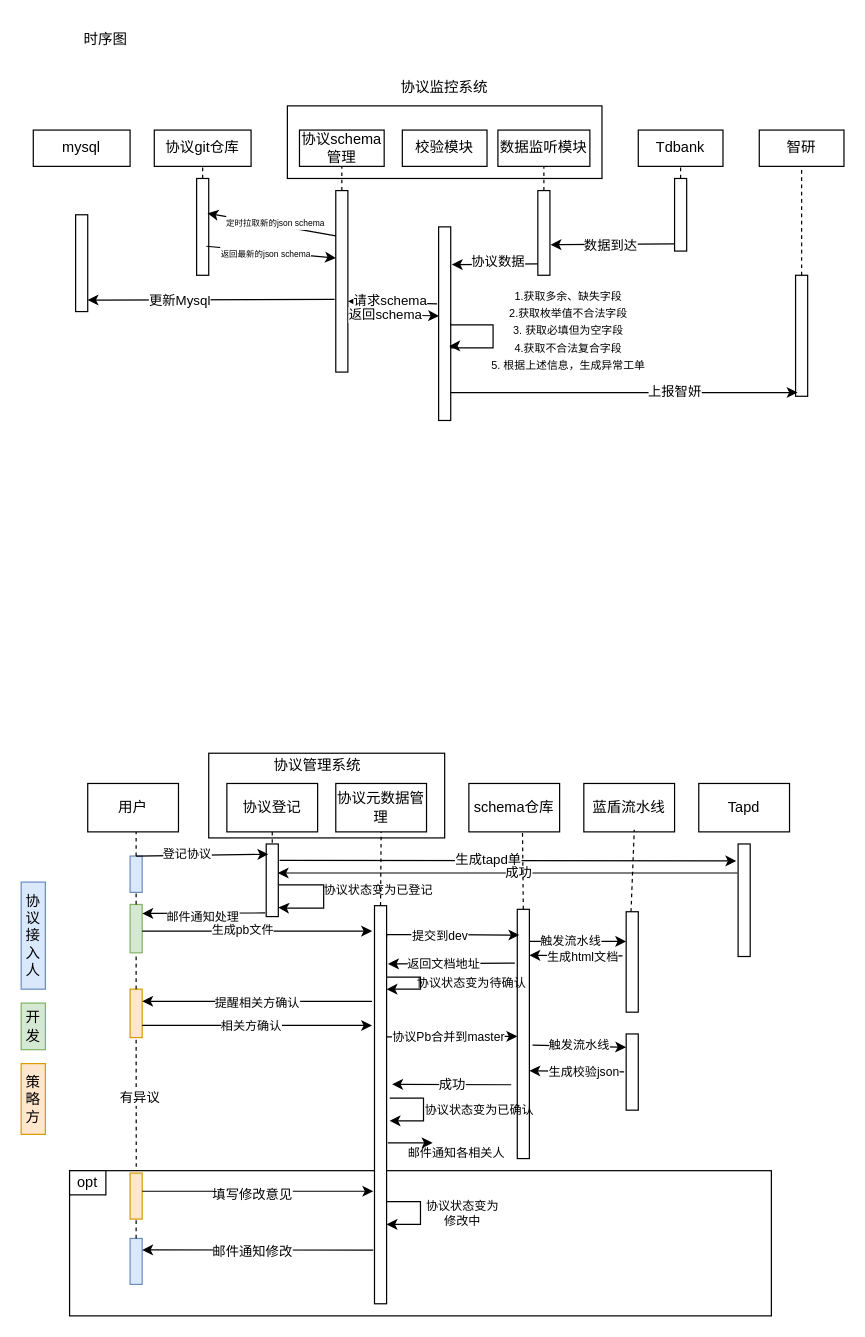
The draw.io diagram 协议治理-设计.drawio in ksd11/charts, before the edit. Source tidied: cells renumbered, new cells numbered last; positions are measured from the earlier drawing's top-left corner, leaving out a move shared by most shapes. Both pictures are drawn from the tidied source at 121%, with x=0, y=0 at pixel (21, 21).
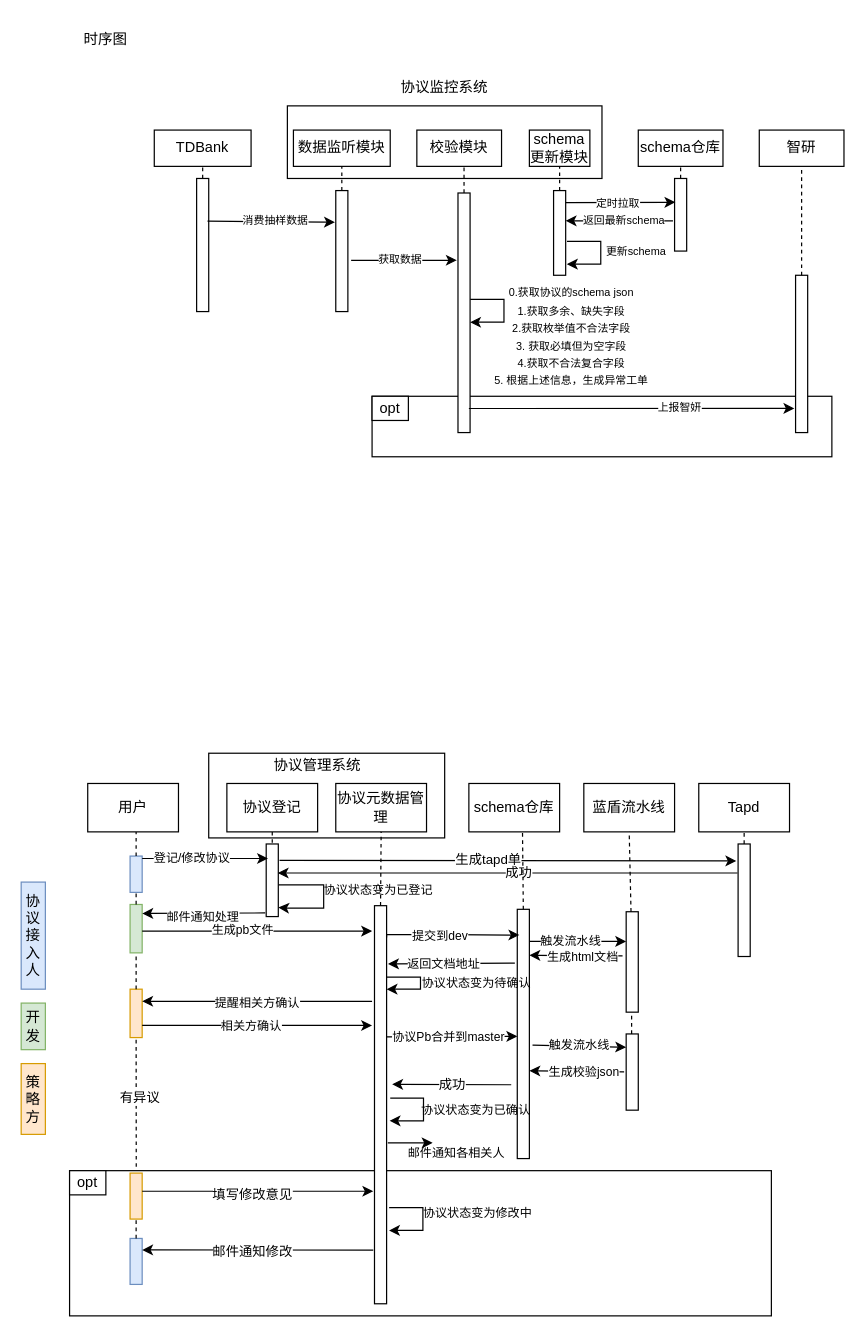
Above is the later version.

Commit message (it also covers changes not shown here):
更新协议治理-设计.drawio

Unchanged cells that the change refers to:
```xml
<mxCell id="19" style="rounded=0;whiteSpace=wrap;html=1;" parent="1" vertex="1">
  <mxGeometry x="540" y="130" width="10" height="60" as="geometry" />
</mxCell>
<mxCell id="47" style="rounded=0;whiteSpace=wrap;html=1;fillColor=#dae8fc;strokeColor=#6c8ebf;" parent="1" vertex="1">
  <mxGeometry x="90" y="690" width="10" height="30" as="geometry" />
</mxCell>
<mxCell id="49" style="rounded=0;whiteSpace=wrap;html=1;" parent="1" vertex="1">
  <mxGeometry x="202.5" y="680" width="10" height="60" as="geometry" />
</mxCell>
<mxCell id="65" value="蓝盾流水线" style="rounded=0;whiteSpace=wrap;html=1;" parent="1" vertex="1">
  <mxGeometry x="465" y="630" width="75" height="40" as="geometry" />
</mxCell>
<mxCell id="72" value="Tapd" style="rounded=0;whiteSpace=wrap;html=1;" parent="1" vertex="1">
  <mxGeometry x="560" y="630" width="75" height="40" as="geometry" />
</mxCell>
<mxCell id="75" style="rounded=0;whiteSpace=wrap;html=1;" parent="1" vertex="1">
  <mxGeometry x="592.5" y="680" width="10" height="93" as="geometry" />
</mxCell>
```

Change to the diagram source:
```diff
@@
+    <mxCell id="119" style="rounded=0;whiteSpace=wrap;html=1;" parent="1" vertex="1">
+      <mxGeometry x="290" y="310" width="380" height="50" as="geometry" />
+    </mxCell>
@@
-    <mxCell id="7" value="协议schema管理" style="rounded=0;whiteSpace=wrap;html=1;" parent="1" vertex="1">
-      <mxGeometry x="230" y="90" width="70" height="30" as="geometry" />
+    <mxCell id="7" value="数据监听模块" style="rounded=0;whiteSpace=wrap;html=1;" parent="1" vertex="1">
+      <mxGeometry x="225" y="90" width="80" height="30" as="geometry" />
     </mxCell>
-    <mxCell id="8" value="协议git仓库" style="rounded=0;whiteSpace=wrap;html=1;" parent="1" vertex="1">
+    <mxCell id="8" value="TDBank" style="rounded=0;whiteSpace=wrap;html=1;" parent="1" vertex="1">
       <mxGeometry x="110" y="90" width="80" height="30" as="geometry" />
     </mxCell>
     <mxCell id="9" value="校验模块" style="rounded=0;whiteSpace=wrap;html=1;" parent="1" vertex="1">
-      <mxGeometry x="315" y="90" width="70" height="30" as="geometry" />
+      <mxGeometry x="327" y="90" width="70" height="30" as="geometry" />
     </mxCell>
@@
     <mxCell id="11" style="rounded=0;whiteSpace=wrap;html=1;" parent="1" vertex="1">
-      <mxGeometry x="145" y="130" width="10" height="80" as="geometry" />
+      <mxGeometry x="145" y="130" width="10" height="110" as="geometry" />
     </mxCell>
@@
     <mxCell id="13" style="rounded=0;whiteSpace=wrap;html=1;" parent="1" vertex="1">
-      <mxGeometry x="260" y="140" width="10" height="150" as="geometry" />
+      <mxGeometry x="260" y="140" width="10" height="100" as="geometry" />
     </mxCell>
-    <mxCell id="14" style="endArrow=classic;html=1;rounded=0;exitX=0;exitY=0.25;exitDx=0;exitDy=0;entryX=0.896;entryY=0.359;entryDx=0;entryDy=0;entryPerimeter=0;" parent="1" edge="1" source="13" target="11">
-      <mxGeometry relative="1" as="geometry" />
-    </mxCell>
-    <mxCell id="15" value="&lt;font style=&quot;font-size: 7px;&quot;&gt;定时拉取新的json schema&lt;/font&gt;" style="edgeLabel;html=1;align=center;verticalAlign=middle;" parent="14" vertex="1">
-      <mxGeometry x="0.09" relative="1" as="geometry">
-        <mxPoint x="8" y="-2" as="offset" />
-      </mxGeometry>
-    </mxCell>
-    <mxCell id="16" style="endArrow=classic;html=1;rounded=0;entryX=0.011;entryY=0.372;entryDx=0;entryDy=0;entryPerimeter=0;exitX=0.809;exitY=0.7;exitDx=0;exitDy=0;exitPerimeter=0;" parent="1" edge="1" source="11" target="13">
-      <mxGeometry relative="1" as="geometry" />
-    </mxCell>
-    <mxCell id="17" value="&lt;font style=&quot;font-size: 7px;&quot;&gt;返回最新的json schema&lt;/font&gt;" style="edgeLabel;html=1;align=center;verticalAlign=middle;" parent="16" vertex="1">
-      <mxGeometry x="-0.09" relative="1" as="geometry" />
-    </mxCell>
-    <mxCell id="18" value="Tdbank" style="rounded=0;whiteSpace=wrap;html=1;" parent="1" vertex="1">
+    <mxCell id="18" value="schema仓库" style="rounded=0;whiteSpace=wrap;html=1;" parent="1" vertex="1">
       <mxGeometry x="510" y="90" width="70" height="30" as="geometry" />
     </mxCell>
@@
-    <mxCell id="20" value="数据监听模块" style="rounded=0;whiteSpace=wrap;html=1;" parent="1" vertex="1">
-      <mxGeometry x="394" y="90" width="76" height="30" as="geometry" />
+    <mxCell id="20" value="schema更新模块" style="rounded=0;whiteSpace=wrap;html=1;" parent="1" vertex="1">
+      <mxGeometry x="420" y="90" width="50" height="30" as="geometry" />
     </mxCell>
@@
     <mxCell id="22" style="rounded=0;whiteSpace=wrap;html=1;" parent="1" vertex="1">
-      <mxGeometry x="427" y="140" width="10" height="70" as="geometry" />
+      <mxGeometry x="440" y="140" width="10" height="70" as="geometry" />
     </mxCell>
-    <mxCell id="23" style="endArrow=classic;html=1;rounded=0;exitX=0;exitY=0.25;exitDx=0;exitDy=0;entryX=1.047;entryY=0.096;entryDx=0;entryDy=0;entryPerimeter=0;" parent="1" edge="1">
+    <mxCell id="23" style="endArrow=classic;html=1;rounded=0;exitX=0.9;exitY=0.204;exitDx=0;exitDy=0;entryX=-0.067;entryY=0.047;entryDx=0;entryDy=0;entryPerimeter=0;exitPerimeter=0;" parent="1" edge="1">
       <mxGeometry relative="1" as="geometry">
-        <mxPoint x="540" y="184" as="sourcePoint" />
-        <mxPoint x="437.5" y="184.8" as="targetPoint" />
+        <mxPoint x="154" y="165.3" as="sourcePoint" />
+        <mxPoint x="259.3" y="166.1" as="targetPoint" />
       </mxGeometry>
     </mxCell>
-    <mxCell id="24" value="数据到达" style="edgeLabel;html=1;align=center;verticalAlign=middle;" parent="23" vertex="1">
+    <mxCell id="24" value="消费抽样数据" style="edgeLabel;html=1;align=center;verticalAlign=middle;fontSize=9;" parent="23" vertex="1">
       <mxGeometry x="0.05" y="1" relative="1" as="geometry" />
     </mxCell>
@@
     <mxCell id="26" style="rounded=0;whiteSpace=wrap;html=1;" parent="1" vertex="1">
-      <mxGeometry x="345" y="170" width="10" height="160" as="geometry" />
+      <mxGeometry x="361" y="142" width="10" height="198" as="geometry" />
     </mxCell>
-    <mxCell id="27" style="edgeStyle=orthogonalEdgeStyle;rounded=0;orthogonalLoop=1;jettySize=auto;html=1;exitX=0;exitY=0.75;exitDx=0;exitDy=0;entryX=1.089;entryY=0.116;entryDx=0;entryDy=0;entryPerimeter=0;" parent="1" edge="1">
-      <mxGeometry relative="1" as="geometry">
-        <mxPoint x="427" y="200.5" as="sourcePoint" />
-        <mxPoint x="355.9" y="201.2" as="targetPoint" />
-      </mxGeometry>
-    </mxCell>
-    <mxCell id="28" value="协议数据" style="edgeLabel;html=1;align=center;verticalAlign=middle;" parent="27" vertex="1">
-      <mxGeometry x="-0.08" y="-2" relative="1" as="geometry" />
-    </mxCell>
@@
     <mxCell id="30" style="rounded=0;whiteSpace=wrap;html=1;" parent="1" vertex="1">
-      <mxGeometry x="640" y="210" width="10" height="100" as="geometry" />
+      <mxGeometry x="640" y="210" width="10" height="130" as="geometry" />
     </mxCell>
@@
-    <mxCell id="32" value="mysql" style="rounded=0;whiteSpace=wrap;html=1;" parent="1" vertex="1">
-      <mxGeometry x="10" y="90" width="80" height="30" as="geometry" />
-    </mxCell>
-    <mxCell id="33" style="rounded=0;whiteSpace=wrap;html=1;" parent="1" vertex="1">
-      <mxGeometry x="45" y="160" width="10" height="80" as="geometry" />
-    </mxCell>
-    <mxCell id="34" style="endArrow=classic;html=1;rounded=0;entryX=0.984;entryY=0.881;entryDx=0;entryDy=0;entryPerimeter=0;" parent="1" edge="1" target="33">
-      <mxGeometry relative="1" as="geometry">
-        <mxPoint x="259" y="230" as="sourcePoint" />
-      </mxGeometry>
-    </mxCell>
-    <mxCell id="35" value="更新Mysql" style="edgeLabel;html=1;align=center;verticalAlign=middle;" parent="34" vertex="1">
-      <mxGeometry x="0.26" relative="1" as="geometry" />
-    </mxCell>
-    <mxCell id="36" style="endArrow=classic;html=1;rounded=0;exitX=-0.121;exitY=0.398;exitDx=0;exitDy=0;exitPerimeter=0;entryX=1.011;entryY=0.61;entryDx=0;entryDy=0;entryPerimeter=0;" parent="1" edge="1" source="26" target="13">
-      <mxGeometry relative="1" as="geometry" />
-    </mxCell>
-    <mxCell id="37" value="请求schema" style="edgeLabel;html=1;align=center;verticalAlign=middle;" parent="36" vertex="1">
-      <mxGeometry x="0.06" y="-2" relative="1" as="geometry" />
-    </mxCell>
-    <mxCell id="38" style="endArrow=classic;html=1;rounded=0;entryX=0.037;entryY=0.46;entryDx=0;entryDy=0;entryPerimeter=0;exitX=1;exitY=0.68;exitDx=0;exitDy=0;exitPerimeter=0;" parent="1" edge="1" source="13" target="26">
-      <mxGeometry relative="1" as="geometry" />
-    </mxCell>
-    <mxCell id="39" value="返回schema" style="edgeLabel;html=1;align=center;verticalAlign=middle;" parent="38" vertex="1">
-      <mxGeometry x="-0.17" relative="1" as="geometry" />
-    </mxCell>
-    <mxCell id="40" style="endArrow=classic;html=1;rounded=0;edgeStyle=orthogonalEdgeStyle;entryX=0.879;entryY=0.615;entryDx=0;entryDy=0;entryPerimeter=0;" parent="1" edge="1" target="26">
-      <mxGeometry relative="1" as="geometry">
-        <mxPoint x="355" y="250" as="sourcePoint" />
-        <Array as="points">
-          <mxPoint x="355" y="251" />
-          <mxPoint x="390" y="251" />
-          <mxPoint x="390" y="270" />
-          <mxPoint x="355" y="270" />
-          <mxPoint x="355" y="268" />
-        </Array>
-      </mxGeometry>
-    </mxCell>
-    <mxCell id="41" value="&lt;font style=&quot;font-size: 9px;&quot;&gt;1.获取多余、缺失字段&lt;/font&gt;&lt;div&gt;&lt;font style=&quot;font-size: 9px;&quot;&gt;2.获取枚举值不合法字段&lt;/font&gt;&lt;/div&gt;&lt;div&gt;&lt;font style=&quot;font-size: 9px;&quot;&gt;3. 获取必填但为空字段&lt;/font&gt;&lt;/div&gt;&lt;div&gt;&lt;font style=&quot;font-size: 9px;&quot;&gt;4.获取不合法复合字段&lt;/font&gt;&lt;/div&gt;&lt;div&gt;&lt;font style=&quot;font-size: 9px;&quot;&gt;5. 根据上述信息，生成异常工单&lt;/font&gt;&lt;/div&gt;" style="text;html=1;align=center;verticalAlign=middle;whiteSpace=wrap;rounded=0;" parent="1" vertex="1">
-      <mxGeometry x="385" y="240" width="135" height="30" as="geometry" />
+    <mxCell id="41" value="&lt;div&gt;&lt;font style=&quot;font-size: 9px;&quot;&gt;0.获取协议的schema json&lt;/font&gt;&lt;/div&gt;&lt;font style=&quot;font-size: 9px;&quot;&gt;1.获取多余、缺失字段&lt;/font&gt;&lt;div&gt;&lt;font style=&quot;font-size: 9px;&quot;&gt;2.获取枚举值不合法字段&lt;/font&gt;&lt;/div&gt;&lt;div&gt;&lt;font style=&quot;font-size: 9px;&quot;&gt;3. 获取必填但为空字段&lt;/font&gt;&lt;/div&gt;&lt;div&gt;&lt;font style=&quot;font-size: 9px;&quot;&gt;4.获取不合法复合字段&lt;/font&gt;&lt;/div&gt;&lt;div&gt;&lt;font style=&quot;font-size: 9px;&quot;&gt;5. 根据上述信息，生成异常工单&lt;/font&gt;&lt;/div&gt;" style="text;html=1;align=center;verticalAlign=middle;whiteSpace=wrap;rounded=0;" parent="1" vertex="1">
+      <mxGeometry x="390" y="245" width="130" height="30" as="geometry" />
     </mxCell>
-    <mxCell id="42" style="endArrow=classic;html=1;rounded=0;entryX=0.168;entryY=0.799;entryDx=0;entryDy=0;entryPerimeter=0;exitX=1;exitY=0.75;exitDx=0;exitDy=0;" parent="1" edge="1">
+    <mxCell id="42" style="endArrow=classic;html=1;rounded=0;exitX=1;exitY=0.75;exitDx=0;exitDy=0;fontSize=9;" parent="1" edge="1">
       <mxGeometry relative="1" as="geometry">
-        <mxPoint x="355" y="307" as="sourcePoint" />
-        <mxPoint x="641.7" y="306.9" as="targetPoint" />
+        <mxPoint x="370" y="320.1" as="sourcePoint" />
+        <mxPoint x="639" y="320" as="targetPoint" />
       </mxGeometry>
     </mxCell>
-    <mxCell id="43" value="上报智妍" style="edgeLabel;html=1;align=center;verticalAlign=middle;" parent="42" vertex="1">
+    <mxCell id="43" value="&lt;font style=&quot;font-size: 9px;&quot;&gt;上报智妍&lt;/font&gt;" style="edgeLabel;html=1;align=center;verticalAlign=middle;fontSize=9;" parent="42" vertex="1">
       <mxGeometry x="0.29" y="1" relative="1" as="geometry" />
     </mxCell>
@@
-    <mxCell id="51" style="endArrow=classic;html=1;rounded=0;exitX=0.5;exitY=0;exitDx=0;exitDy=0;entryX=0.177;entryY=0.142;entryDx=0;entryDy=0;entryPerimeter=0;" parent="1" edge="1" source="47" target="49">
-      <mxGeometry relative="1" as="geometry" />
+    <mxCell id="51" style="endArrow=classic;html=1;rounded=0;" parent="1" edge="1">
+      <mxGeometry relative="1" as="geometry">
+        <mxPoint x="100" y="692" as="sourcePoint" />
+        <mxPoint x="204" y="692" as="targetPoint" />
+      </mxGeometry>
     </mxCell>
-    <mxCell id="52" value="登记协议" style="edgeLabel;html=1;align=center;verticalAlign=middle;fontSize=10;" parent="51" vertex="1">
+    <mxCell id="52" value="登记/修改协议" style="edgeLabel;html=1;align=center;verticalAlign=middle;fontSize=10;" parent="51" vertex="1">
       <mxGeometry x="-0.27" y="3" relative="1" as="geometry">
         <mxPoint x="2" y="1" as="offset" />
       </mxGeometry>
     </mxCell>
@@
     <mxCell id="82" value="协议状态变为已确认" style="text;html=1;align=center;verticalAlign=middle;whiteSpace=wrap;rounded=0;fontSize=10;" parent="1" vertex="1">
-      <mxGeometry x="321" y="884.5" width="116" height="30" as="geometry" />
+      <mxGeometry x="318" y="884.5" width="116" height="30" as="geometry" />
     </mxCell>
@@
     <mxCell id="99" style="endArrow=classic;html=1;rounded=0;edgeStyle=orthogonalEdgeStyle;exitX=1.015;exitY=0.375;exitDx=0;exitDy=0;exitPerimeter=0;entryX=1;entryY=0.75;entryDx=0;entryDy=0;" parent="1" edge="1">
       <mxGeometry relative="1" as="geometry">
-        <mxPoint x="302.1" y="975.6" as="sourcePoint" />
-        <mxPoint x="302" y="994.4" as="targetPoint" />
+        <mxPoint x="371.1" y="230" as="sourcePoint" />
+        <mxPoint x="371" y="248.8" as="targetPoint" />
         <Array as="points">
-          <mxPoint x="330" y="975.6" />
-          <mxPoint x="330" y="994.6" />
+          <mxPoint x="399" y="230" />
+          <mxPoint x="399" y="249" />
         </Array>
       </mxGeometry>
     </mxCell>
     <mxCell id="100" value="协议状态变为修改中" style="text;html=1;align=center;verticalAlign=middle;whiteSpace=wrap;rounded=0;fontSize=10;" parent="1" vertex="1">
-      <mxGeometry x="333.5" y="970" width="61.5" height="30" as="geometry" />
+      <mxGeometry x="328.5" y="970" width="96.5" height="30" as="geometry" />
     </mxCell>
-    <mxCell id="101" style="endArrow=classic;html=1;rounded=0;edgeStyle=orthogonalEdgeStyle;exitX=1.015;exitY=0.375;exitDx=0;exitDy=0;exitPerimeter=0;entryX=1;entryY=0.75;entryDx=0;entryDy=0;" parent="1" edge="1">
+    <mxCell id="101" style="endArrow=classic;html=1;rounded=0;edgeStyle=orthogonalEdgeStyle;entryX=1;entryY=0.75;entryDx=0;entryDy=0;" parent="1" edge="1">
       <mxGeometry relative="1" as="geometry">
-        <mxPoint x="304.6" y="890" as="sourcePoint" />
+        <mxPoint x="305" y="890" as="sourcePoint" />
         <mxPoint x="304.5" y="908.8" as="targetPoint" />
         <Array as="points">
           <mxPoint x="332.5" y="890" />
           <mxPoint x="332.5" y="909" />
         </Array>
       </mxGeometry>
     </mxCell>
     <mxCell id="102" value="协议状态变为待确认" style="text;html=1;align=center;verticalAlign=middle;whiteSpace=wrap;rounded=0;fontSize=10;" parent="1" vertex="1">
-      <mxGeometry x="315" y="780" width="115" height="30" as="geometry" />
+      <mxGeometry x="319" y="780" width="115" height="30" as="geometry" />
     </mxCell>
@@
-    <mxCell id="108" style="endArrow=none;dashed=1;html=1;rounded=0;entryX=0.569;entryY=0.958;entryDx=0;entryDy=0;exitX=0.5;exitY=0;exitDx=0;exitDy=0;entryPerimeter=0;" parent="1" edge="1">
+    <mxCell id="108" style="endArrow=none;dashed=1;html=1;rounded=0;entryX=0.5;entryY=1;entryDx=0;entryDy=0;exitX=0.5;exitY=0;exitDx=0;exitDy=0;" parent="1" edge="1" target="65">
       <mxGeometry relative="1" as="geometry">
         <mxPoint x="504" y="736" as="sourcePoint" />
-        <mxPoint x="506.7" y="668.3" as="targetPoint" />
       </mxGeometry>
     </mxCell>
@@
+    <mxCell id="120" style="endArrow=none;dashed=1;html=1;rounded=0;entryX=0.25;entryY=1;entryDx=0;entryDy=0;exitX=0.25;exitY=0;exitDx=0;exitDy=0;" parent="1" edge="1">
+      <mxGeometry relative="1" as="geometry">
+        <mxPoint x="504.5" y="837" as="sourcePoint" />
+        <mxPoint x="504.5" y="819" as="targetPoint" />
+      </mxGeometry>
+    </mxCell>
+    <mxCell id="121" style="endArrow=none;dashed=1;html=1;rounded=0;entryX=0.5;entryY=1;entryDx=0;entryDy=0;exitX=0.5;exitY=0;exitDx=0;exitDy=0;" parent="1" edge="1" source="75" target="72">
+      <mxGeometry relative="1" as="geometry" />
+    </mxCell>
+    <mxCell id="122" style="endArrow=classic;html=1;rounded=0;exitX=1.267;exitY=0.104;exitDx=0;exitDy=0;exitPerimeter=0;entryX=-0.1;entryY=0.085;entryDx=0;entryDy=0;entryPerimeter=0;" parent="1" edge="1">
+      <mxGeometry relative="1" as="geometry">
+        <mxPoint x="272.7" y="197.6" as="sourcePoint" />
+        <mxPoint x="360" y="197.6" as="targetPoint" />
+      </mxGeometry>
+    </mxCell>
+    <mxCell id="123" value="获取数据" style="edgeLabel;html=1;align=center;verticalAlign=middle;fontSize=9;" parent="122" vertex="1">
+      <mxGeometry x="-0.05" y="-2" relative="1" as="geometry">
+        <mxPoint x="-1" y="-3" as="offset" />
+      </mxGeometry>
+    </mxCell>
+    <mxCell id="124" style="endArrow=classic;html=1;rounded=0;entryX=0.067;entryY=0.328;entryDx=0;entryDy=0;entryPerimeter=0;" parent="1" edge="1" target="19">
+      <mxGeometry relative="1" as="geometry">
+        <mxPoint x="450" y="150" as="sourcePoint" />
+      </mxGeometry>
+    </mxCell>
+    <mxCell id="125" value="定时拉取" style="edgeLabel;html=1;align=center;verticalAlign=middle;fontSize=9;" parent="124" vertex="1">
+      <mxGeometry x="-0.07" y="-1" relative="1" as="geometry" />
+    </mxCell>
+    <mxCell id="126" style="endArrow=classic;html=1;rounded=0;exitX=-0.133;exitY=0.583;exitDx=0;exitDy=0;entryX=1;entryY=0.357;entryDx=0;entryDy=0;entryPerimeter=0;exitPerimeter=0;" parent="1" edge="1" source="19" target="22">
+      <mxGeometry relative="1" as="geometry" />
+    </mxCell>
+    <mxCell id="127" value="返回最新schema" style="edgeLabel;html=1;align=center;verticalAlign=middle;fontSize=9;" parent="126" vertex="1">
+      <mxGeometry x="-0.07" relative="1" as="geometry" />
+    </mxCell>
+    <mxCell id="128" style="endArrow=classic;html=1;rounded=0;edgeStyle=orthogonalEdgeStyle;exitX=1.015;exitY=0.375;exitDx=0;exitDy=0;exitPerimeter=0;entryX=1;entryY=0.75;entryDx=0;entryDy=0;" parent="1" edge="1">
+      <mxGeometry relative="1" as="geometry">
+        <mxPoint x="304.1" y="980.6" as="sourcePoint" />
+        <mxPoint x="304" y="999.4" as="targetPoint" />
+        <Array as="points">
+          <mxPoint x="332" y="980.6" />
+          <mxPoint x="332" y="999.6" />
+        </Array>
+      </mxGeometry>
+    </mxCell>
+    <mxCell id="129" value="&lt;font style=&quot;font-size: 9px;&quot;&gt;更新schema&lt;/font&gt;" style="text;html=1;align=center;verticalAlign=middle;whiteSpace=wrap;rounded=0;fontSize=9;" parent="1" vertex="1">
+      <mxGeometry x="471" y="176" width="75" height="30" as="geometry" />
+    </mxCell>
+    <mxCell id="130" style="endArrow=classic;html=1;rounded=0;edgeStyle=orthogonalEdgeStyle;exitX=1.015;exitY=0.375;exitDx=0;exitDy=0;exitPerimeter=0;entryX=1;entryY=0.75;entryDx=0;entryDy=0;" parent="1" edge="1">
+      <mxGeometry relative="1" as="geometry">
+        <mxPoint x="451.1" y="182" as="sourcePoint" />
+        <mxPoint x="451" y="200.8" as="targetPoint" />
+        <Array as="points">
+          <mxPoint x="479" y="182" />
+          <mxPoint x="479" y="201" />
+        </Array>
+      </mxGeometry>
+    </mxCell>
+    <mxCell id="131" style="endArrow=none;dashed=1;html=1;rounded=0;exitX=0.5;exitY=0;exitDx=0;exitDy=0;" parent="1" edge="1" source="26">
+      <mxGeometry relative="1" as="geometry">
+        <mxPoint x="366" y="120" as="targetPoint" />
+      </mxGeometry>
+    </mxCell>
+    <mxCell id="132" value="opt" style="rounded=0;whiteSpace=wrap;html=1;" parent="1" vertex="1">
+      <mxGeometry x="290" y="310" width="30" height="20" as="geometry" />
+    </mxCell>
```
